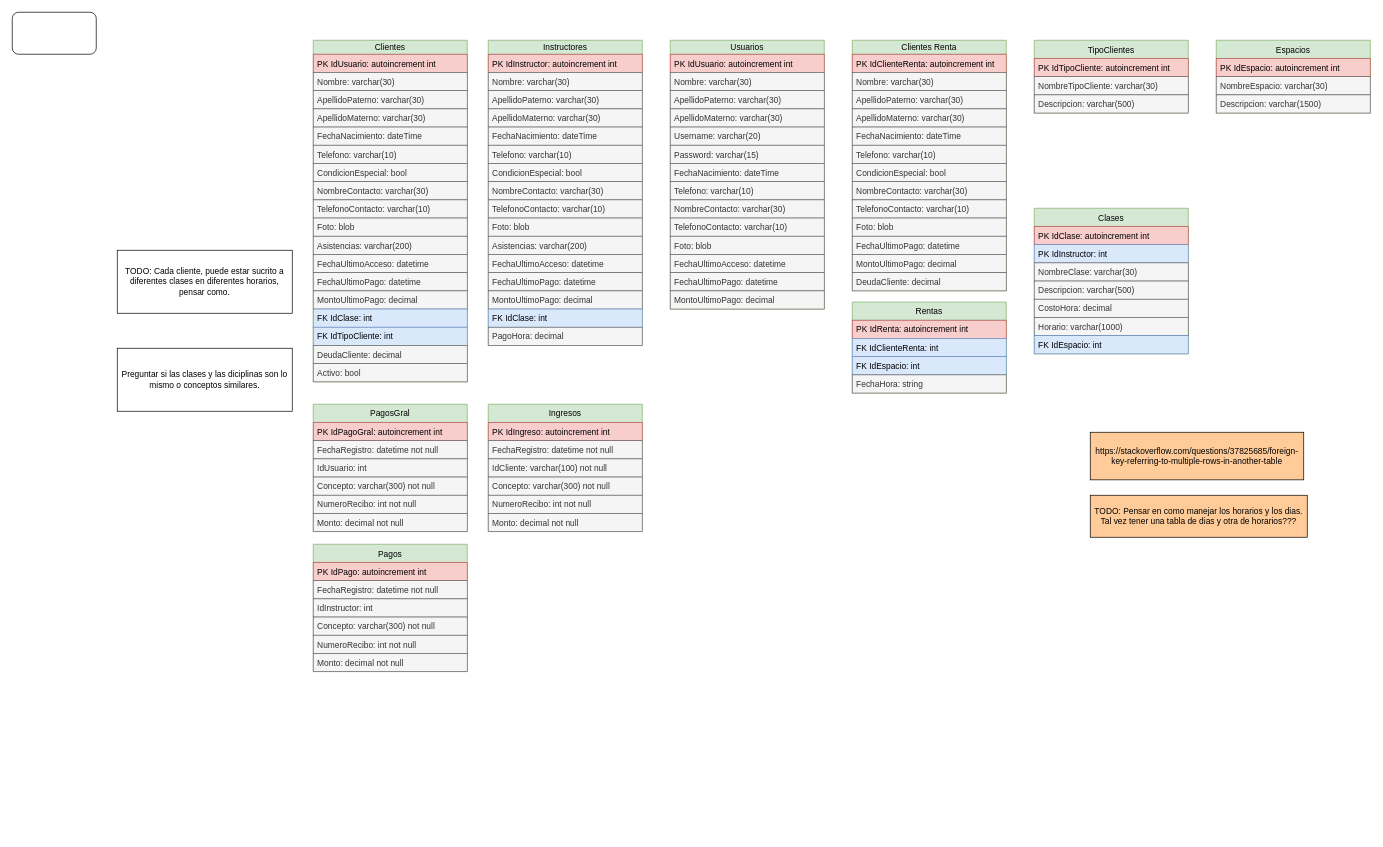
This is page "Base de Datos" (1 of 4) of GymCastillo/Docs/Diagrams/Gym.drawio from Fwxzxh/GymCastillo, a draw.io file, before an edit. Source tidied: cells renumbered, new cells numbered last; positions are measured from the earlier drawing's top-left corner, leaving out a move shared by most shapes. Both pictures are drawn from the tidied source at 70%, with x=0, y=0 at pixel (12, 12).
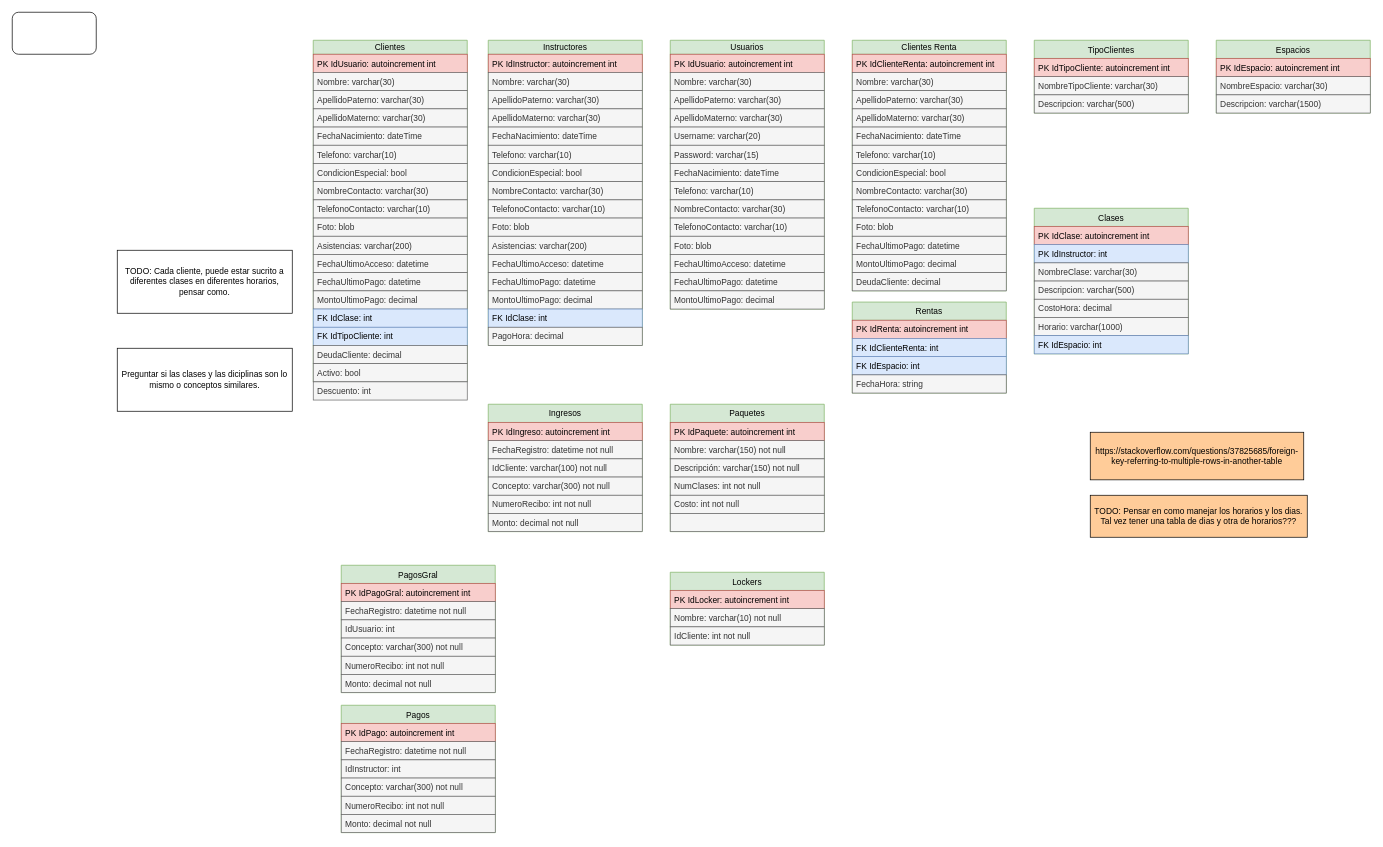
The same diagram, later.

Change to the diagram source:
```diff
@@
     <mxCell id="50" value="PagosGral" style="swimlane;fontStyle=0;horizontal=1;startSize=26;fillColor=#d5e8d4;strokeColor=#82b366;" parent="1" vertex="1">
-      <mxGeometry x="430" y="560" width="220" height="182" as="geometry" />
+      <mxGeometry x="470" y="790" width="220" height="182" as="geometry" />
     </mxCell>
@@
     <mxCell id="106" value="Pagos" style="swimlane;fontStyle=0;horizontal=1;startSize=26;fillColor=#d5e8d4;strokeColor=#82b366;" parent="1" vertex="1">
-      <mxGeometry x="430" y="760" width="220" height="182" as="geometry" />
+      <mxGeometry x="470" y="990" width="220" height="182" as="geometry" />
     </mxCell>
@@
+    <mxCell id="114" value="Paquetes" style="swimlane;fontStyle=0;horizontal=1;startSize=26;fillColor=#d5e8d4;strokeColor=#82b366;" parent="1" vertex="1">
+      <mxGeometry x="940" y="560" width="220" height="182" as="geometry" />
+    </mxCell>
+    <mxCell id="115" value="PK IdPaquete: autoincrement int" style="text;strokeColor=#b85450;fillColor=#f8cecc;align=left;verticalAlign=top;spacingLeft=4;spacingRight=4;overflow=hidden;" parent="114" vertex="1">
+      <mxGeometry y="26" width="220" height="26" as="geometry" />
+    </mxCell>
+    <mxCell id="116" value="Nombre: varchar(150) not null" style="text;strokeColor=#666666;fillColor=#f5f5f5;align=left;verticalAlign=top;spacingLeft=4;spacingRight=4;overflow=hidden;fontColor=#333333;" parent="114" vertex="1">
+      <mxGeometry y="52" width="220" height="26" as="geometry" />
+    </mxCell>
+    <mxCell id="117" value="Descripción: varchar(150) not null" style="text;strokeColor=#666666;fillColor=#f5f5f5;align=left;verticalAlign=top;spacingLeft=4;spacingRight=4;overflow=hidden;fontColor=#333333;" parent="114" vertex="1">
+      <mxGeometry y="78" width="220" height="26" as="geometry" />
+    </mxCell>
+    <mxCell id="118" value="NumClases: int not null" style="text;strokeColor=#666666;fillColor=#f5f5f5;align=left;verticalAlign=top;spacingLeft=4;spacingRight=4;overflow=hidden;fontColor=#333333;" parent="114" vertex="1">
+      <mxGeometry y="104" width="220" height="26" as="geometry" />
+    </mxCell>
+    <mxCell id="119" value="Costo: int not null" style="text;strokeColor=#666666;fillColor=#f5f5f5;align=left;verticalAlign=top;spacingLeft=4;spacingRight=4;overflow=hidden;fontColor=#333333;" parent="114" vertex="1">
+      <mxGeometry y="130" width="220" height="26" as="geometry" />
+    </mxCell>
+    <mxCell id="120" style="text;strokeColor=#666666;fillColor=#f5f5f5;align=left;verticalAlign=top;spacingLeft=4;spacingRight=4;overflow=hidden;fontColor=#333333;" parent="114" vertex="1">
+      <mxGeometry y="156" width="220" height="26" as="geometry" />
+    </mxCell>
+    <mxCell id="121" value="Lockers" style="swimlane;fontStyle=0;horizontal=1;startSize=26;fillColor=#d5e8d4;strokeColor=#82b366;" parent="1" vertex="1">
+      <mxGeometry x="940" y="800" width="220" height="104" as="geometry" />
+    </mxCell>
+    <mxCell id="122" value="PK IdLocker: autoincrement int" style="text;strokeColor=#b85450;fillColor=#f8cecc;align=left;verticalAlign=top;spacingLeft=4;spacingRight=4;overflow=hidden;" parent="121" vertex="1">
+      <mxGeometry y="26" width="220" height="26" as="geometry" />
+    </mxCell>
+    <mxCell id="123" value="Nombre: varchar(10) not null" style="text;strokeColor=#666666;fillColor=#f5f5f5;align=left;verticalAlign=top;spacingLeft=4;spacingRight=4;overflow=hidden;fontColor=#333333;" parent="121" vertex="1">
+      <mxGeometry y="52" width="220" height="26" as="geometry" />
+    </mxCell>
+    <mxCell id="124" value="IdCliente: int not null" style="text;strokeColor=#666666;fillColor=#f5f5f5;align=left;verticalAlign=top;spacingLeft=4;spacingRight=4;overflow=hidden;fontColor=#333333;" parent="121" vertex="1">
+      <mxGeometry y="78" width="220" height="26" as="geometry" />
+    </mxCell>
+    <mxCell id="125" value="Descuento: int " style="text;strokeColor=#666666;fillColor=#f5f5f5;align=left;verticalAlign=top;spacingLeft=4;spacingRight=4;overflow=hidden;fontColor=#333333;" parent="1" vertex="1">
+      <mxGeometry x="430" y="528" width="220" height="26" as="geometry" />
+    </mxCell>
```
